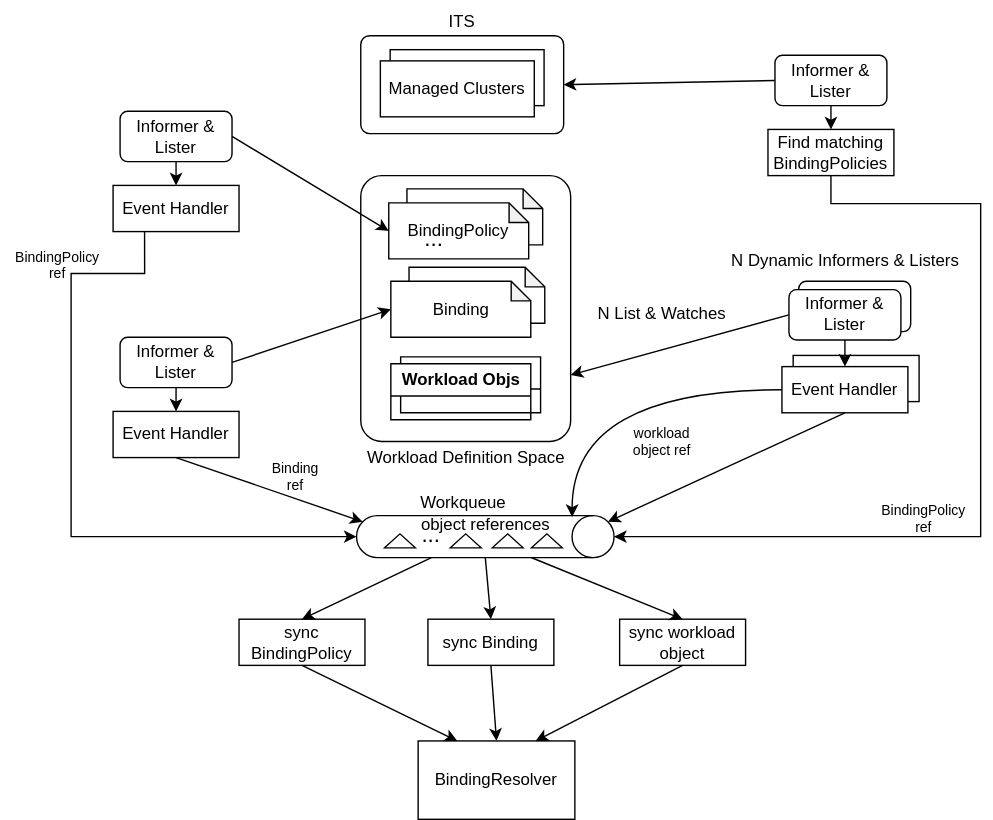
kubestellar/kubestellar keeps this draw.io diagram as docs/content/direct/images/binding-controller.svg. Above is the earlier version. Source tidied: cells renumbered, new cells last; positions are measured from the earlier drawing's top-left corner, leaving out a move shared by most shapes.
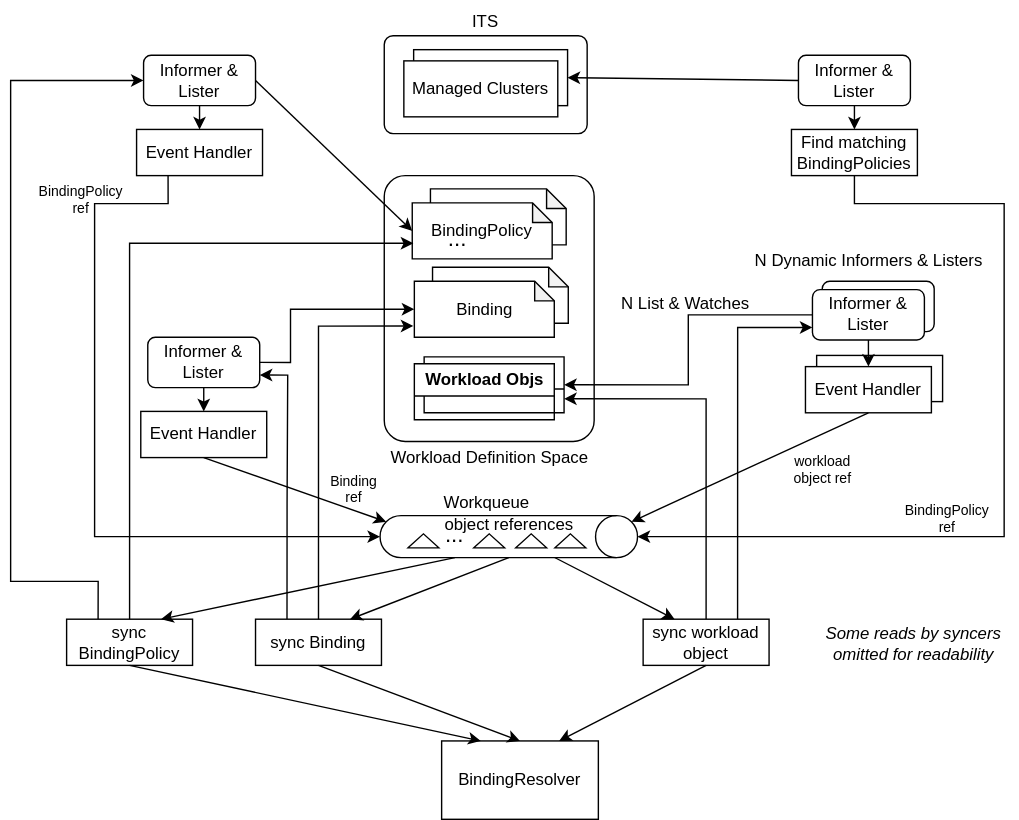
Later version of the same file.

Commit message:
Draw some more edges in binding controller pic

Change to the diagram source:
```diff
@@ -36,7 +36,7 @@
       <mxGeometry x="289" y="155" width="40" height="30" as="geometry" />
     </mxCell>
     <mxCell id="13" value="N List &amp;amp; Watches" style="text;html=1;align=center;verticalAlign=middle;strokeColor=none;fillColor=none;" parent="1" vertex="1">
-      <mxGeometry x="412" y="208.5" width="120" height="30" as="geometry" />
+      <mxGeometry x="412" y="201.5" width="120" height="30" as="geometry" />
     </mxCell>
     <mxCell id="14" value="Event Handler" style="rounded=0;whiteSpace=wrap;html=1;" parent="1" vertex="1">
       <mxGeometry x="558" y="261.5" width="90" height="33" as="geometry" />
@@ -47,9 +47,6 @@
     <mxCell id="16" style="triangle;whiteSpace=wrap;html=1;rotation=-90;" parent="1" vertex="1">
       <mxGeometry x="385" y="375" width="10" height="22" as="geometry" />
     </mxCell>
-    <mxCell id="17" style="edgeStyle=orthogonalEdgeStyle;curved=1;rounded=0;jettySize=auto;html=1;entryX=1.017;entryY=0.3;entryDx=0;entryDy=0;entryPerimeter=0;" parent="1" edge="1" source="14" target="23">
-      <mxGeometry relative="1" as="geometry" />
-    </mxCell>
     <mxCell id="18" style="triangle;whiteSpace=wrap;html=1;rotation=-90;" parent="1" vertex="1">
       <mxGeometry x="357" y="375" width="10" height="22" as="geometry" />
     </mxCell>
@@ -81,7 +78,7 @@
       <mxGeometry x="271" y="43" width="110" height="40" as="geometry" />
     </mxCell>
     <mxCell id="28" value="workload&lt;div&gt;object ref&lt;/div&gt;" style="text;html=1;align=center;verticalAlign=middle;strokeColor=none;fillColor=none;fontSize=10;" parent="1" vertex="1">
-      <mxGeometry x="442" y="294.5" width="60" height="40" as="geometry" />
+      <mxGeometry x="540" y="315" width="60" height="40" as="geometry" />
     </mxCell>
     <mxCell id="29" value="Placements" style="shape=note;whiteSpace=wrap;html=1;backgroundOutline=1;darkOpacity=0.05;size=14;" parent="1" vertex="1">
       <mxGeometry x="291.5" y="190.5" width="97" height="40" as="geometry" />
@@ -93,24 +90,24 @@
       <mxGeometry relative="1" as="geometry" />
     </mxCell>
     <mxCell id="32" value="Informer &amp;amp; Lister" style="rounded=1;whiteSpace=wrap;html=1;" parent="1" vertex="1">
-      <mxGeometry x="85" y="240.5" width="80" height="36" as="geometry" />
+      <mxGeometry x="88" y="240.5" width="80" height="36" as="geometry" />
     </mxCell>
     <mxCell id="33" value="Event Handler" style="rounded=0;whiteSpace=wrap;html=1;" parent="1" vertex="1">
-      <mxGeometry x="80" y="293.5" width="90" height="33" as="geometry" />
+      <mxGeometry x="83" y="293.5" width="90" height="33" as="geometry" />
     </mxCell>
     <mxCell id="34" style="endArrow=classic;html=1;rounded=0;entryX=0.5;entryY=0;entryDx=0;entryDy=0;exitX=0.5;exitY=1;exitDx=0;exitDy=0;" parent="1" edge="1" source="32" target="33">
       <mxGeometry relative="1" as="geometry" />
     </mxCell>
     <mxCell id="35" value="Informer &amp;amp; Lister" style="rounded=1;whiteSpace=wrap;html=1;" parent="1" vertex="1">
-      <mxGeometry x="85" y="79" width="80" height="36" as="geometry" />
+      <mxGeometry x="85" y="39" width="80" height="36" as="geometry" />
     </mxCell>
     <mxCell id="36" value="Event Handler" style="rounded=0;whiteSpace=wrap;html=1;" parent="1" vertex="1">
-      <mxGeometry x="80" y="132" width="90" height="33" as="geometry" />
+      <mxGeometry x="80" y="92" width="90" height="33" as="geometry" />
     </mxCell>
     <mxCell id="37" style="endArrow=classic;html=1;rounded=0;entryX=0.5;entryY=0;entryDx=0;entryDy=0;exitX=0.5;exitY=1;exitDx=0;exitDy=0;" parent="1" edge="1" source="35" target="36">
       <mxGeometry relative="1" as="geometry" />
     </mxCell>
-    <mxCell id="38" style="endArrow=classic;html=1;rounded=0;entryX=1;entryY=0.75;entryDx=0;entryDy=0;exitX=0;exitY=0.5;exitDx=0;exitDy=0;" parent="1" edge="1" source="4" target="6">
+    <mxCell id="38" style="endArrow=classic;html=1;rounded=0;entryX=1;entryY=0.5;entryDx=0;entryDy=0;exitX=0;exitY=0.5;exitDx=0;exitDy=0;edgeStyle=orthogonalEdgeStyle;" parent="1" edge="1" source="4" target="10">
       <mxGeometry relative="1" as="geometry" />
     </mxCell>
     <mxCell id="39" value="Informer &amp;amp; Lister" style="rounded=1;whiteSpace=wrap;html=1;" parent="1" vertex="1">
@@ -122,7 +119,7 @@
     <mxCell id="41" style="endArrow=classic;html=1;rounded=0;entryX=0.5;entryY=0;entryDx=0;entryDy=0;exitX=0.5;exitY=1;exitDx=0;exitDy=0;" parent="1" edge="1" source="39" target="40">
       <mxGeometry relative="1" as="geometry" />
     </mxCell>
-    <mxCell id="42" style="endArrow=classic;html=1;rounded=0;entryX=1;entryY=0.5;entryDx=0;entryDy=0;exitX=0;exitY=0.5;exitDx=0;exitDy=0;" parent="1" edge="1" source="39" target="24">
+    <mxCell id="42" style="endArrow=classic;html=1;rounded=0;entryX=1;entryY=0.5;entryDx=0;entryDy=0;exitX=0;exitY=0.5;exitDx=0;exitDy=0;" parent="1" edge="1" source="39" target="26">
       <mxGeometry relative="1" as="geometry" />
     </mxCell>
     <mxCell id="43" style="endArrow=classic;html=1;rounded=0;exitX=0.5;exitY=1;exitDx=0;exitDy=0;entryX=0.145;entryY=1;entryDx=0;entryDy=-4.35;entryPerimeter=0;" parent="1" edge="1" source="33" target="15">
@@ -131,8 +128,8 @@
     <mxCell id="44" style="endArrow=classic;html=1;rounded=0;exitX=0.25;exitY=1;exitDx=0;exitDy=0;entryX=0.5;entryY=1;entryDx=0;entryDy=0;entryPerimeter=0;edgeStyle=orthogonalEdgeStyle;" parent="1" edge="1" source="36" target="15">
       <mxGeometry relative="1" as="geometry">
         <Array as="points">
-          <mxPoint x="103" y="195" />
-          <mxPoint x="50" y="195" />
+          <mxPoint x="103" y="145" />
+          <mxPoint x="50" y="145" />
           <mxPoint x="50" y="383" />
         </Array>
       </mxGeometry>
@@ -152,34 +149,57 @@
     <mxCell id="47" style="endArrow=classic;html=1;rounded=0;exitX=1;exitY=0.5;exitDx=0;exitDy=0;entryX=0;entryY=0.5;entryDx=0;entryDy=0;entryPerimeter=0;" parent="1" edge="1" source="35" target="9">
       <mxGeometry relative="1" as="geometry" />
     </mxCell>
-    <mxCell id="48" style="endArrow=classic;html=1;rounded=0;exitX=1;exitY=0.5;exitDx=0;exitDy=0;entryX=0;entryY=0.5;entryDx=0;entryDy=0;entryPerimeter=0;" parent="1" edge="1" source="32" target="30">
-      <mxGeometry relative="1" as="geometry" />
+    <mxCell id="48" style="endArrow=classic;html=1;rounded=0;exitX=1;exitY=0.5;exitDx=0;exitDy=0;entryX=0;entryY=0.5;entryDx=0;entryDy=0;entryPerimeter=0;edgeStyle=orthogonalEdgeStyle;" parent="1" edge="1" source="32" target="30">
+      <mxGeometry relative="1" as="geometry">
+        <Array as="points">
+          <mxPoint x="190" y="259" />
+          <mxPoint x="190" y="221" />
+        </Array>
+      </mxGeometry>
     </mxCell>
     <mxCell id="49" value="BindingPolicy&lt;div&gt;ref&lt;/div&gt;" style="text;html=1;align=center;verticalAlign=middle;strokeColor=none;fillColor=none;fontSize=10;" parent="1" vertex="1">
-      <mxGeometry y="168.5" width="80" height="40" as="geometry" />
+      <mxGeometry y="122" width="80" height="40" as="geometry" />
     </mxCell>
     <mxCell id="50" value="BindingPolicy&lt;div&gt;ref&lt;/div&gt;" style="text;html=1;align=center;verticalAlign=middle;strokeColor=none;fillColor=none;fontSize=10;" parent="1" vertex="1">
       <mxGeometry x="619" y="350" width="80" height="40" as="geometry" />
     </mxCell>
     <mxCell id="51" value="Binding&lt;div&gt;ref&lt;/div&gt;" style="text;html=1;align=center;verticalAlign=middle;strokeColor=none;fillColor=none;fontSize=10;" parent="1" vertex="1">
-      <mxGeometry x="180" y="320" width="60" height="40" as="geometry" />
+      <mxGeometry x="205" y="329" width="60" height="40" as="geometry" />
     </mxCell>
+    <mxCell id="62" style="rounded=0;jettySize=auto;html=1;exitX=0.25;exitY=0;exitDx=0;exitDy=0;entryX=0;entryY=0.5;entryDx=0;entryDy=0;edgeStyle=orthogonalEdgeStyle;" parent="1" edge="1" source="52" target="35">
+      <mxGeometry relative="1" as="geometry">
+        <Array as="points">
+          <mxPoint x="53" y="415" />
+          <mxPoint x="-10" y="415" />
+          <mxPoint x="-10" y="57" />
+        </Array>
+      </mxGeometry>
+    </mxCell>
     <mxCell id="52" value="sync BindingPolicy" style="rounded=0;whiteSpace=wrap;html=1;" parent="1" vertex="1">
-      <mxGeometry x="170" y="442" width="90" height="33" as="geometry" />
+      <mxGeometry x="30" y="442" width="90" height="33" as="geometry" />
     </mxCell>
+    <mxCell id="63" style="edgeStyle=orthogonalEdgeStyle;rounded=0;jettySize=auto;html=1;exitX=0.75;exitY=0;exitDx=0;exitDy=0;entryX=0;entryY=0.75;entryDx=0;entryDy=0;" parent="1" edge="1" source="53" target="4">
+      <mxGeometry relative="1" as="geometry" />
+    </mxCell>
+    <mxCell id="64" style="edgeStyle=orthogonalEdgeStyle;rounded=0;jettySize=auto;html=1;exitX=0.5;exitY=0;exitDx=0;exitDy=0;entryX=1;entryY=0.75;entryDx=0;entryDy=0;" parent="1" edge="1" source="53" target="10">
+      <mxGeometry relative="1" as="geometry" />
+    </mxCell>
     <mxCell id="53" value="sync workload object" style="rounded=0;whiteSpace=wrap;html=1;" parent="1" vertex="1">
       <mxGeometry x="442" y="442" width="90" height="33" as="geometry" />
     </mxCell>
+    <mxCell id="65" style="edgeStyle=orthogonalEdgeStyle;rounded=0;jettySize=auto;html=1;exitX=0.25;exitY=0;exitDx=0;exitDy=0;entryX=1;entryY=0.75;entryDx=0;entryDy=0;" parent="1" edge="1" source="54" target="32">
+      <mxGeometry relative="1" as="geometry" />
+    </mxCell>
     <mxCell id="54" value="sync Binding" style="rounded=0;whiteSpace=wrap;html=1;" parent="1" vertex="1">
-      <mxGeometry x="305" y="442" width="90" height="33" as="geometry" />
+      <mxGeometry x="165" y="442" width="90" height="33" as="geometry" />
     </mxCell>
-    <mxCell id="55" style="endArrow=classic;html=1;rounded=0;exitX=1;exitY=0;exitDx=0;exitDy=130.5;exitPerimeter=0;entryX=0.5;entryY=0;entryDx=0;entryDy=0;" parent="1" edge="1" source="15" target="52">
+    <mxCell id="55" style="endArrow=classic;html=1;rounded=0;exitX=1;exitY=0;exitDx=0;exitDy=130.5;exitPerimeter=0;entryX=0.75;entryY=0;entryDx=0;entryDy=0;" parent="1" edge="1" source="15" target="52">
       <mxGeometry relative="1" as="geometry" />
     </mxCell>
-    <mxCell id="56" style="endArrow=classic;html=1;rounded=0;exitX=1;exitY=0.5;exitDx=0;exitDy=0;exitPerimeter=0;entryX=0.5;entryY=0;entryDx=0;entryDy=0;" parent="1" edge="1" source="15" target="54">
+    <mxCell id="56" style="endArrow=classic;html=1;rounded=0;exitX=1;exitY=0.5;exitDx=0;exitDy=0;exitPerimeter=0;entryX=0.75;entryY=0;entryDx=0;entryDy=0;" parent="1" edge="1" source="15" target="54">
       <mxGeometry relative="1" as="geometry" />
     </mxCell>
-    <mxCell id="57" style="endArrow=classic;html=1;rounded=0;exitX=0.997;exitY=0.322;exitDx=0;exitDy=0;exitPerimeter=0;entryX=0.5;entryY=0;entryDx=0;entryDy=0;" parent="1" edge="1" source="15" target="53">
+    <mxCell id="57" style="endArrow=classic;html=1;rounded=0;exitX=0.997;exitY=0.322;exitDx=0;exitDy=0;exitPerimeter=0;entryX=0.25;entryY=0;entryDx=0;entryDy=0;" parent="1" edge="1" source="15" target="53">
       <mxGeometry relative="1" as="geometry" />
     </mxCell>
     <mxCell id="58" value="BindingResolver" style="rounded=0;whiteSpace=wrap;html=1;" parent="1" vertex="1">
@@ -194,5 +214,14 @@
     <mxCell id="61" style="endArrow=classic;html=1;rounded=0;exitX=0.5;exitY=1;exitDx=0;exitDy=0;entryX=0.25;entryY=0;entryDx=0;entryDy=0;" parent="1" edge="1" source="52" target="58">
       <mxGeometry relative="1" as="geometry" />
     </mxCell>
+    <mxCell id="66" style="edgeStyle=orthogonalEdgeStyle;rounded=0;jettySize=auto;html=1;exitX=0.5;exitY=0;exitDx=0;exitDy=0;entryX=0.008;entryY=0.722;entryDx=0;entryDy=0;entryPerimeter=0;" parent="1" edge="1" source="52" target="9">
+      <mxGeometry relative="1" as="geometry" />
+    </mxCell>
+    <mxCell id="67" style="edgeStyle=orthogonalEdgeStyle;rounded=0;jettySize=auto;html=1;exitX=0.5;exitY=0;exitDx=0;exitDy=0;entryX=-0.007;entryY=0.799;entryDx=0;entryDy=0;entryPerimeter=0;" parent="1" edge="1" source="54" target="30">
+      <mxGeometry relative="1" as="geometry" />
+    </mxCell>
+    <mxCell id="68" value="Some reads by syncers&lt;div&gt;omitted for readability&lt;/div&gt;" style="text;html=1;align=center;verticalAlign=middle;strokeColor=none;fillColor=none;fontStyle=2;" parent="1" vertex="1">
+      <mxGeometry x="560" y="440" width="150" height="40" as="geometry" />
+    </mxCell>
   </root>
 </mxGraphModel>
```
